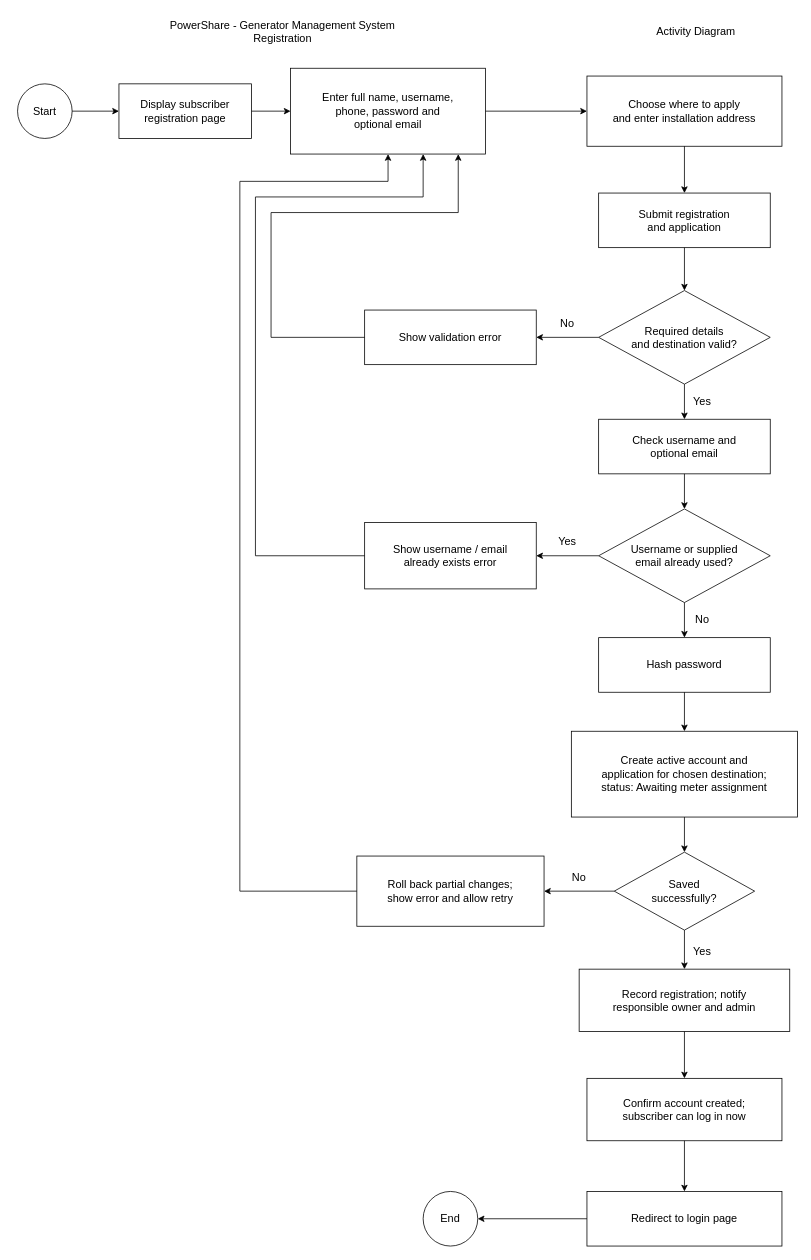
The draw.io diagram docs/activity-diagrams/Registration _ Activity Diagram.drawio in husse1n10/powershare_updated, before the edit. Source tidied: cells renumbered, new cells numbered last; positions are measured from the earlier drawing's top-left corner, leaving out a move shared by most shapes. Both pictures are drawn from the tidied source at 78%, with x=0, y=0 at pixel (13, 13).
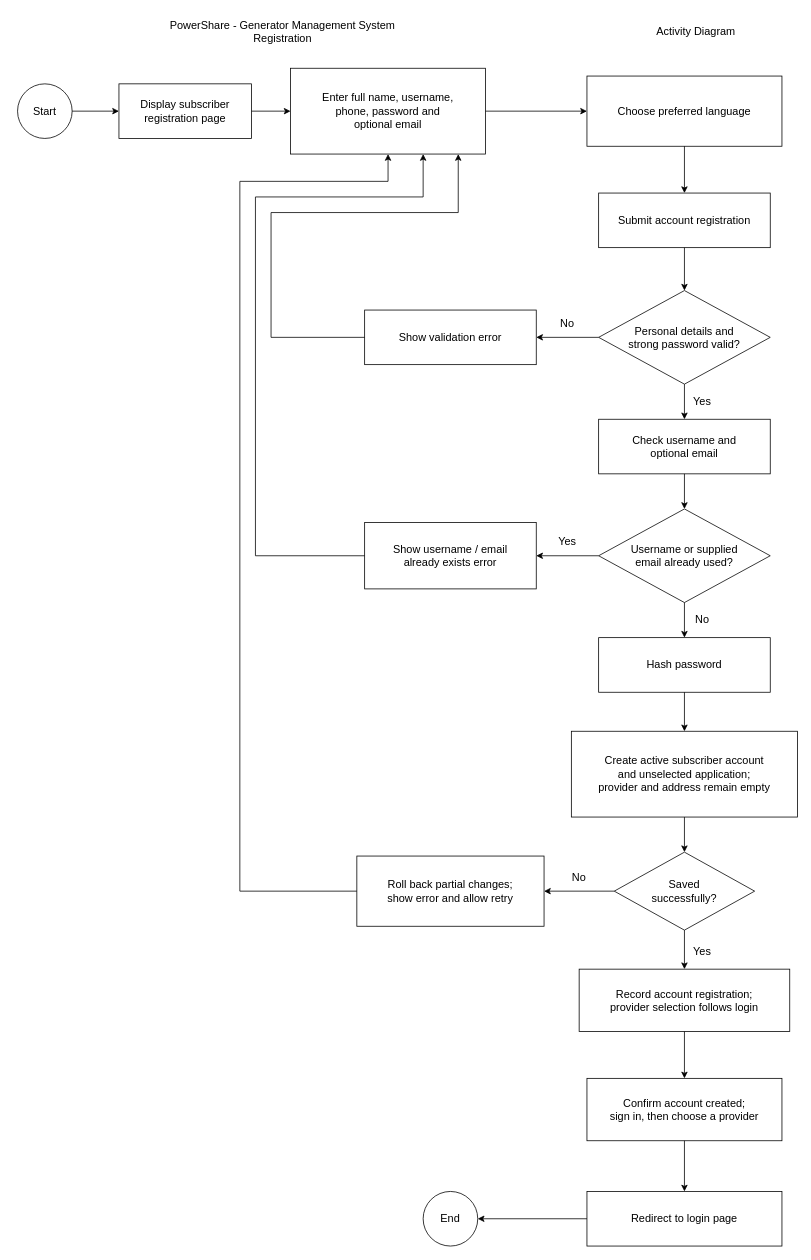
Above is the later version.

What changed in the source:
```diff
@@
-    <mxCell id="7" value="Choose where to apply&lt;br&gt;and enter installation address" style="rounded=0;whiteSpace=wrap;html=1;fillColor=#ffffff;strokeColor=#000000;fontColor=#000000;fontFamily=Arial;fontSize=14;strokeWidth=1;" parent="1" vertex="1">
+    <mxCell id="7" value="Choose preferred language" style="rounded=0;whiteSpace=wrap;html=1;fillColor=#ffffff;strokeColor=#000000;fontColor=#000000;fontFamily=Arial;fontSize=14;strokeWidth=1;" parent="1" vertex="1">
       <mxGeometry x="735" y="80" width="250" height="90" as="geometry" />
     </mxCell>
-    <mxCell id="8" value="Submit registration&lt;br&gt;and application" style="rounded=0;whiteSpace=wrap;html=1;fillColor=#ffffff;strokeColor=#000000;fontColor=#000000;fontFamily=Arial;fontSize=14;strokeWidth=1;" parent="1" vertex="1">
+    <mxCell id="8" value="Submit account registration" style="rounded=0;whiteSpace=wrap;html=1;fillColor=#ffffff;strokeColor=#000000;fontColor=#000000;fontFamily=Arial;fontSize=14;strokeWidth=1;" parent="1" vertex="1">
       <mxGeometry x="750" y="230" width="220" height="70" as="geometry" />
     </mxCell>
-    <mxCell id="9" value="Required details&lt;br&gt;and destination valid?" style="shape=rhombus;rounded=0;whiteSpace=wrap;html=1;fillColor=#ffffff;strokeColor=#000000;fontColor=#000000;fontFamily=Arial;fontSize=14;strokeWidth=1;" parent="1" vertex="1">
+    <mxCell id="9" value="Personal details and&lt;br&gt;strong password valid?" style="shape=rhombus;rounded=0;whiteSpace=wrap;html=1;fillColor=#ffffff;strokeColor=#000000;fontColor=#000000;fontFamily=Arial;fontSize=14;strokeWidth=1;" parent="1" vertex="1">
       <mxGeometry x="750" y="355" width="220" height="120" as="geometry" />
     </mxCell>
@@
-    <mxCell id="15" value="Create active account and&lt;br&gt;application for chosen destination;&lt;br&gt;status: Awaiting meter assignment" style="rounded=0;whiteSpace=wrap;html=1;fillColor=#ffffff;strokeColor=#000000;fontColor=#000000;fontFamily=Arial;fontSize=14;strokeWidth=1;" parent="1" vertex="1">
+    <mxCell id="15" value="Create active subscriber account&lt;br&gt;and unselected application;&lt;br&gt;provider and address remain empty" style="rounded=0;whiteSpace=wrap;html=1;fillColor=#ffffff;strokeColor=#000000;fontColor=#000000;fontFamily=Arial;fontSize=14;strokeWidth=1;" parent="1" vertex="1">
       <mxGeometry x="715" y="920" width="290" height="110" as="geometry" />
     </mxCell>
@@
-    <mxCell id="18" value="Record registration; notify&lt;br&gt;responsible owner and admin" style="rounded=0;whiteSpace=wrap;html=1;fillColor=#ffffff;strokeColor=#000000;fontColor=#000000;fontFamily=Arial;fontSize=14;strokeWidth=1;" parent="1" vertex="1">
+    <mxCell id="18" value="Record account registration;&lt;br&gt;provider selection follows login" style="rounded=0;whiteSpace=wrap;html=1;fillColor=#ffffff;strokeColor=#000000;fontColor=#000000;fontFamily=Arial;fontSize=14;strokeWidth=1;" parent="1" vertex="1">
       <mxGeometry x="725" y="1225" width="270" height="80" as="geometry" />
     </mxCell>
-    <mxCell id="19" value="Confirm account created;&lt;br&gt;subscriber can log in now" style="rounded=0;whiteSpace=wrap;html=1;fillColor=#ffffff;strokeColor=#000000;fontColor=#000000;fontFamily=Arial;fontSize=14;strokeWidth=1;" parent="1" vertex="1">
+    <mxCell id="19" value="Confirm account created;&lt;br&gt;sign in, then choose a provider" style="rounded=0;whiteSpace=wrap;html=1;fillColor=#ffffff;strokeColor=#000000;fontColor=#000000;fontFamily=Arial;fontSize=14;strokeWidth=1;" parent="1" vertex="1">
       <mxGeometry x="735" y="1365" width="250" height="80" as="geometry" />
     </mxCell>
```
